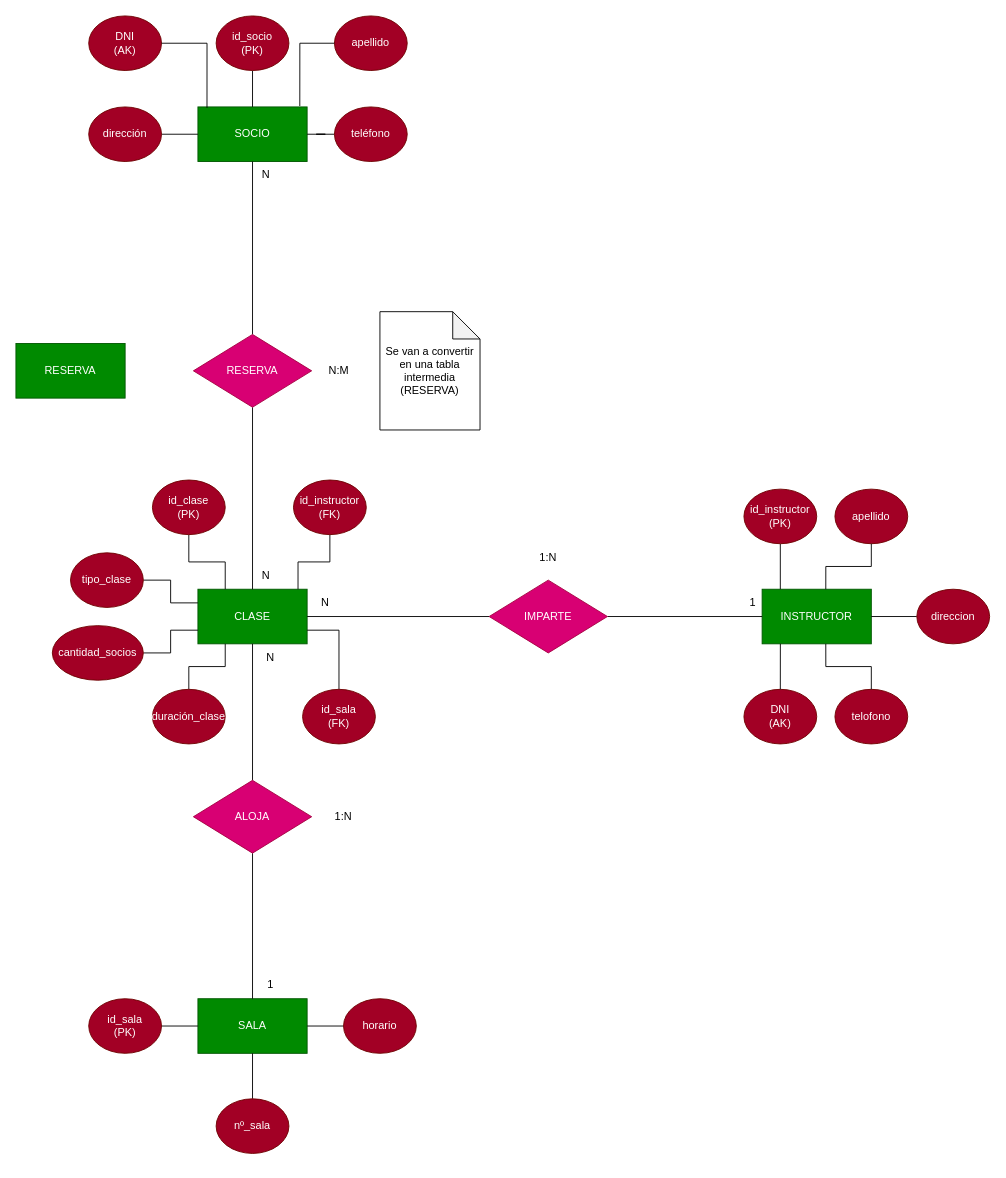
Earlier version of the draw.io diagram Bases de datos/Ejercicio 4 - Gimnasio.drawio (YairOtacoma/Curso-de-DAW-1-anio). Source tidied: cells renumbered, new cells numbered last; positions are measured from the earlier drawing's top-left corner, leaving out a move shared by most shapes. Both pictures are drawn from the tidied source at 91%, with x=0, y=0 at pixel (15, 15).
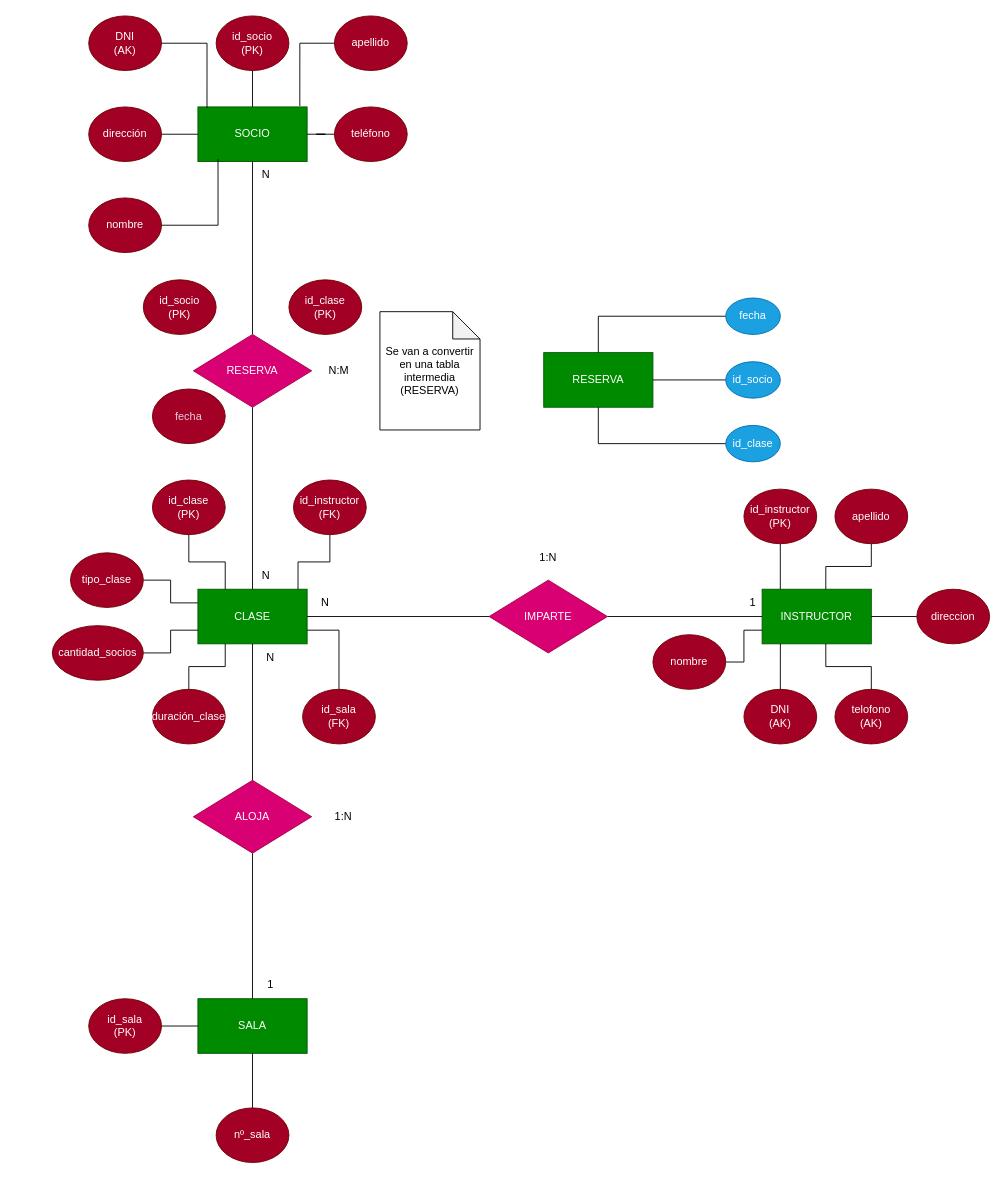
The same diagram, later.

The change refers to these unchanged cells:
```xml
<mxCell id="2" value="SOCIO" style="rounded=0;whiteSpace=wrap;html=1;fillColor=#008a00;fontColor=#ffffff;strokeColor=#005700;" parent="1" vertex="1">
  <mxGeometry x="200" y="100" width="120" height="60" as="geometry" />
</mxCell>
<mxCell id="5" value="INSTRUCTOR" style="rounded=0;whiteSpace=wrap;html=1;fillColor=#008a00;fontColor=#ffffff;strokeColor=#005700;" parent="1" vertex="1">
  <mxGeometry x="820" y="630" width="120" height="60" as="geometry" />
</mxCell>
<mxCell id="6" value="SALA" style="rounded=0;whiteSpace=wrap;html=1;fillColor=#008a00;fontColor=#ffffff;strokeColor=#005700;" parent="1" vertex="1">
  <mxGeometry x="200" y="1080" width="120" height="60" as="geometry" />
</mxCell>
```

Diff of the diagram source:
```diff
@@
     <mxCell id="3" value="RESERVA" style="rounded=0;whiteSpace=wrap;html=1;fillColor=#008a00;fontColor=#ffffff;strokeColor=#005700;" parent="1" vertex="1">
-      <mxGeometry y="360" width="120" height="60" as="geometry" />
+      <mxGeometry x="580" y="370" width="120" height="60" as="geometry" />
     </mxCell>
@@
-    <mxCell id="41" value="telofono" style="ellipse;whiteSpace=wrap;html=1;fillColor=#a20025;fontColor=#ffffff;strokeColor=#6F0000;" parent="1" vertex="1">
+    <mxCell id="41" value="telofono&lt;div&gt;(AK)&lt;/div&gt;" style="ellipse;whiteSpace=wrap;html=1;fillColor=#a20025;fontColor=#ffffff;strokeColor=#6F0000;" parent="1" vertex="1">
       <mxGeometry x="900" y="740" width="80" height="60" as="geometry" />
     </mxCell>
@@
     <mxCell id="48" value="nº_sala" style="ellipse;whiteSpace=wrap;html=1;fillColor=#a20025;fontColor=#ffffff;strokeColor=#6F0000;" parent="1" vertex="1">
-      <mxGeometry x="220" y="1190" width="80" height="60" as="geometry" />
+      <mxGeometry x="220" y="1200" width="80" height="60" as="geometry" />
     </mxCell>
-    <mxCell id="49" style="edgeStyle=orthogonalEdgeStyle;rounded=0;jettySize=auto;html=1;entryX=1;entryY=0.5;entryDx=0;entryDy=0;endArrow=none;endFill=0;" parent="1" edge="1" source="50" target="6">
-      <mxGeometry relative="1" as="geometry" />
-    </mxCell>
-    <mxCell id="50" value="horario" style="ellipse;whiteSpace=wrap;html=1;fillColor=#a20025;fontColor=#ffffff;strokeColor=#6F0000;" parent="1" vertex="1">
-      <mxGeometry x="360" y="1080" width="80" height="60" as="geometry" />
-    </mxCell>
@@
+    <mxCell id="64" value="nombre" style="ellipse;whiteSpace=wrap;html=1;fillColor=#a20025;fontColor=#ffffff;strokeColor=#6F0000;" parent="1" vertex="1">
+      <mxGeometry x="80" y="200" width="80" height="60" as="geometry" />
+    </mxCell>
+    <mxCell id="65" style="edgeStyle=orthogonalEdgeStyle;rounded=0;jettySize=auto;html=1;entryX=0;entryY=0.75;entryDx=0;entryDy=0;endArrow=none;endFill=0;" parent="1" edge="1" source="66" target="5">
+      <mxGeometry relative="1" as="geometry" />
+    </mxCell>
+    <mxCell id="66" value="nombre" style="ellipse;whiteSpace=wrap;html=1;fillColor=#a20025;fontColor=#ffffff;strokeColor=#6F0000;" parent="1" vertex="1">
+      <mxGeometry x="700" y="680" width="80" height="60" as="geometry" />
+    </mxCell>
+    <mxCell id="67" style="edgeStyle=orthogonalEdgeStyle;rounded=0;jettySize=auto;html=1;entryX=0.184;entryY=0.959;entryDx=0;entryDy=0;entryPerimeter=0;endArrow=none;endFill=0;" parent="1" edge="1" source="64" target="2">
+      <mxGeometry relative="1" as="geometry" />
+    </mxCell>
+    <mxCell id="68" value="id_socio&lt;div&gt;(PK)&lt;/div&gt;" style="ellipse;whiteSpace=wrap;html=1;fillColor=#a20025;fontColor=#ffffff;strokeColor=#6F0000;" parent="1" vertex="1">
+      <mxGeometry x="140" y="290" width="80" height="60" as="geometry" />
+    </mxCell>
+    <mxCell id="69" value="id_clase&lt;div&gt;(PK)&lt;/div&gt;" style="ellipse;whiteSpace=wrap;html=1;fillColor=#a20025;fontColor=#ffffff;strokeColor=#6F0000;" parent="1" vertex="1">
+      <mxGeometry x="300" y="290" width="80" height="60" as="geometry" />
+    </mxCell>
+    <mxCell id="70" value="&lt;font style=&quot;color: rgb(230, 208, 222);&quot;&gt;fecha&lt;/font&gt;" style="ellipse;whiteSpace=wrap;html=1;fillColor=#a20025;fontColor=#ffffff;strokeColor=#6F0000;" parent="1" vertex="1">
+      <mxGeometry x="150" y="410" width="80" height="60" as="geometry" />
+    </mxCell>
+    <mxCell id="71" style="edgeStyle=orthogonalEdgeStyle;rounded=0;jettySize=auto;html=1;entryX=0.5;entryY=1;entryDx=0;entryDy=0;endArrow=none;endFill=0;" parent="1" edge="1" source="72" target="3">
+      <mxGeometry relative="1" as="geometry" />
+    </mxCell>
+    <mxCell id="72" value="id_clase" style="ellipse;whiteSpace=wrap;html=1;fillColor=#1ba1e2;fontColor=#ffffff;strokeColor=#006EAF;" parent="1" vertex="1">
+      <mxGeometry x="780" y="450" width="60" height="40" as="geometry" />
+    </mxCell>
+    <mxCell id="73" style="edgeStyle=orthogonalEdgeStyle;rounded=0;jettySize=auto;html=1;entryX=1;entryY=0.5;entryDx=0;entryDy=0;endArrow=none;endFill=0;" parent="1" edge="1" source="74" target="3">
+      <mxGeometry relative="1" as="geometry" />
+    </mxCell>
+    <mxCell id="74" value="id_socio" style="ellipse;whiteSpace=wrap;html=1;fillColor=#1ba1e2;fontColor=#ffffff;strokeColor=#006EAF;" parent="1" vertex="1">
+      <mxGeometry x="780" y="380" width="60" height="40" as="geometry" />
+    </mxCell>
+    <mxCell id="75" style="edgeStyle=orthogonalEdgeStyle;rounded=0;jettySize=auto;html=1;entryX=0.5;entryY=0;entryDx=0;entryDy=0;endArrow=none;endFill=0;" parent="1" edge="1" source="76" target="3">
+      <mxGeometry relative="1" as="geometry" />
+    </mxCell>
+    <mxCell id="76" value="fecha" style="ellipse;whiteSpace=wrap;html=1;fillColor=#1ba1e2;fontColor=#ffffff;strokeColor=#006EAF;" parent="1" vertex="1">
+      <mxGeometry x="780" y="310" width="60" height="40" as="geometry" />
+    </mxCell>
```
